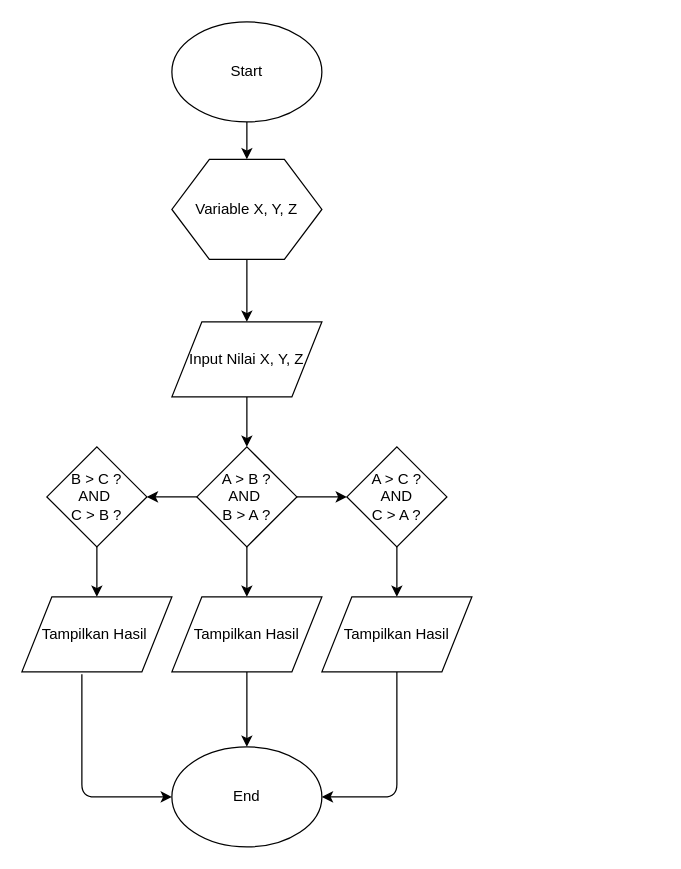
Earlier version of the draw.io diagram QuizPakBro No3.drawio (suryaindra23/belajar). Source tidied: cells renumbered, new cells numbered last; positions are measured from the earlier drawing's top-left corner, leaving out a move shared by most shapes. Both pictures are drawn from the tidied source at 125%, with x=0, y=0 at pixel (21, 21).
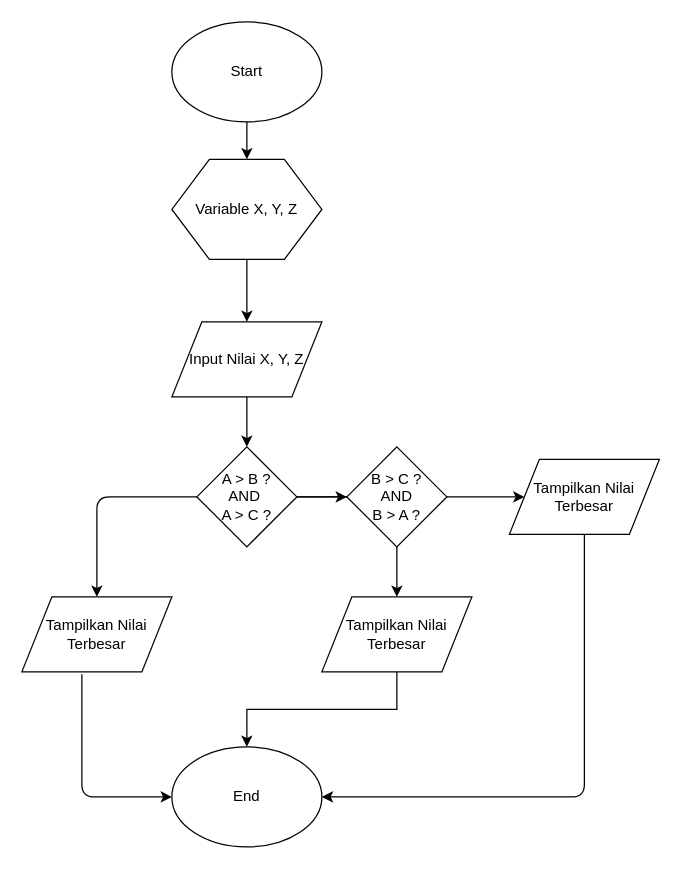
The same diagram, later.

The change refers to these unchanged cells:
```xml
<mxCell id="20" value="End" style="ellipse;whiteSpace=wrap;html=1;" parent="1" vertex="1">
  <mxGeometry x="120" y="580" width="120" height="80" as="geometry" />
</mxCell>
```

Diff of the diagram source:
```diff
@@
-    <mxCell id="8" style="edgeStyle=orthogonalEdgeStyle;rounded=0;jettySize=auto;html=1;" parent="1" edge="1" source="11" target="15">
-      <mxGeometry relative="1" as="geometry" />
-    </mxCell>
@@
-    <mxCell id="11" value="A &amp;gt; B ?&lt;br&gt;AND&amp;nbsp;&lt;br&gt;B &amp;gt; A ?" style="rhombus;whiteSpace=wrap;html=1;" parent="1" vertex="1">
+    <mxCell id="11" value="A &amp;gt; B ?&lt;br&gt;AND&amp;nbsp;&lt;br&gt;A &amp;gt; C ?" style="rhombus;whiteSpace=wrap;html=1;" parent="1" vertex="1">
       <mxGeometry x="140" y="340" width="80" height="80" as="geometry" />
     </mxCell>
@@
-    <mxCell id="13" value="A &amp;gt; C ?&lt;br&gt;AND&lt;br&gt;C &amp;gt; A ?" style="rhombus;whiteSpace=wrap;html=1;" parent="1" vertex="1">
+    <mxCell id="13" value="B &amp;gt; C ?&lt;br&gt;AND&lt;br&gt;B &amp;gt; A ?" style="rhombus;whiteSpace=wrap;html=1;" parent="1" vertex="1">
       <mxGeometry x="260" y="340" width="80" height="80" as="geometry" />
     </mxCell>
-    <mxCell id="14" style="edgeStyle=orthogonalEdgeStyle;rounded=0;jettySize=auto;html=1;" parent="1" edge="1" source="15" target="16">
-      <mxGeometry relative="1" as="geometry" />
-    </mxCell>
-    <mxCell id="15" value="B &amp;gt; C ?&lt;br&gt;AND&amp;nbsp;&lt;br&gt;C &amp;gt; B ?" style="rhombus;whiteSpace=wrap;html=1;" parent="1" vertex="1">
-      <mxGeometry x="20" y="340" width="80" height="80" as="geometry" />
-    </mxCell>
-    <mxCell id="16" value="Tampilkan Hasil&amp;nbsp;" style="shape=parallelogram;perimeter=parallelogramPerimeter;whiteSpace=wrap;html=1;" parent="1" vertex="1">
+    <mxCell id="16" value="Tampilkan Nilai&lt;br&gt;Terbesar" style="shape=parallelogram;perimeter=parallelogramPerimeter;whiteSpace=wrap;html=1;" parent="1" vertex="1">
       <mxGeometry y="460" width="120" height="60" as="geometry" />
     </mxCell>
@@
-    <mxCell id="18" value="Tampilkan Hasil" style="shape=parallelogram;perimeter=parallelogramPerimeter;whiteSpace=wrap;html=1;" parent="1" vertex="1">
-      <mxGeometry x="120" y="460" width="120" height="60" as="geometry" />
+    <mxCell id="18" value="Tampilkan Nilai&lt;br&gt;Terbesar" style="shape=parallelogram;perimeter=parallelogramPerimeter;whiteSpace=wrap;html=1;" parent="1" vertex="1">
+      <mxGeometry x="240" y="460" width="120" height="60" as="geometry" />
     </mxCell>
-    <mxCell id="19" value="Tampilkan Hasil" style="shape=parallelogram;perimeter=parallelogramPerimeter;whiteSpace=wrap;html=1;" parent="1" vertex="1">
-      <mxGeometry x="240" y="460" width="120" height="60" as="geometry" />
+    <mxCell id="19" value="Tampilkan Nilai&lt;br&gt;Terbesar" style="shape=parallelogram;perimeter=parallelogramPerimeter;whiteSpace=wrap;html=1;" parent="1" vertex="1">
+      <mxGeometry x="390" y="350" width="120" height="60" as="geometry" />
     </mxCell>
@@
     <mxCell id="22" style="edgeStyle=elbowEdgeStyle;elbow=horizontal;endArrow=classic;html=1;exitX=0.5;exitY=1;exitDx=0;exitDy=0;entryX=1;entryY=0.5;entryDx=0;entryDy=0;" parent="1" edge="1" source="19" target="20">
       <mxGeometry relative="1" as="geometry">
         <Array as="points">
-          <mxPoint x="300" y="570" />
+          <mxPoint x="450" y="530" />
         </Array>
       </mxGeometry>
     </mxCell>
+    <mxCell id="23" style="edgeStyle=elbowEdgeStyle;elbow=horizontal;endArrow=classic;html=1;exitX=0;exitY=0.5;exitDx=0;exitDy=0;entryX=0.5;entryY=0;entryDx=0;entryDy=0;" parent="1" edge="1" source="11" target="16">
+      <mxGeometry relative="1" as="geometry">
+        <Array as="points">
+          <mxPoint x="60" y="420" />
+        </Array>
+      </mxGeometry>
+    </mxCell>
```
